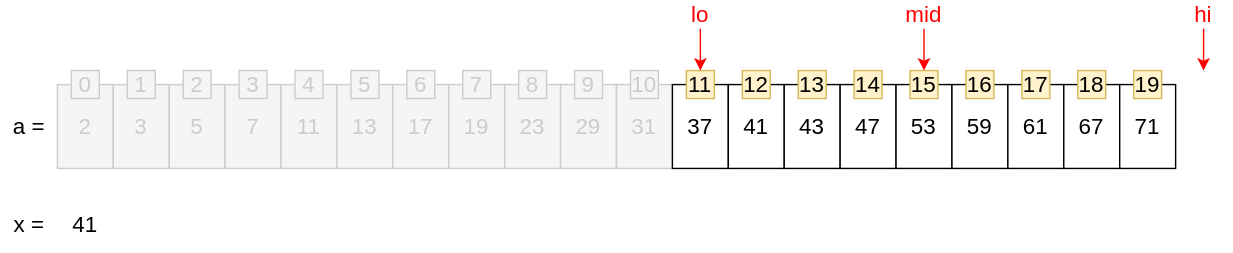
This is img/algorithm/algorithm-1030-01-01-03.svg from zininote/zininote.github.io-old-, a draw.io export, as it was before one commit. Source tidied: cells renumbered, new cells last; positions are measured from the earlier drawing's top-left corner, leaving out a move shared by most shapes.
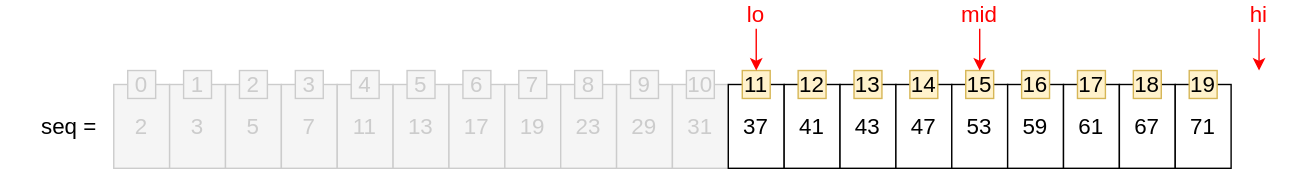
Later version of the same file.

What changed in the source:
```diff
@@ -62,15 +62,6 @@
     <mxCell id="21" value="71" style="rounded=0;whiteSpace=wrap;html=1;fontSize=16;" parent="1" vertex="1">
       <mxGeometry x="800" y="60" width="40" height="60" as="geometry" />
     </mxCell>
-    <mxCell id="22" value="a =" style="text;html=1;strokeColor=none;fillColor=none;align=center;verticalAlign=middle;whiteSpace=wrap;rounded=0;fontSize=16;" parent="1" vertex="1">
-      <mxGeometry y="60" width="40" height="60" as="geometry" />
-    </mxCell>
-    <mxCell id="23" value="x =" style="text;html=1;strokeColor=none;fillColor=none;align=center;verticalAlign=middle;whiteSpace=wrap;rounded=0;fontSize=16;" parent="1" vertex="1">
-      <mxGeometry y="140" width="40" height="40" as="geometry" />
-    </mxCell>
-    <mxCell id="24" value="41" style="text;html=1;strokeColor=none;fillColor=none;align=center;verticalAlign=middle;whiteSpace=wrap;rounded=0;fontSize=16;" parent="1" vertex="1">
-      <mxGeometry x="40" y="140" width="40" height="40" as="geometry" />
-    </mxCell>
     <mxCell id="25" value="&lt;span style=&quot;font-size: 16px&quot;&gt;0&lt;/span&gt;" style="text;html=1;fillColor=#f5f5f5;align=center;verticalAlign=middle;whiteSpace=wrap;rounded=0;strokeColor=#CCCCCC;fontColor=#CCCCCC;" parent="1" vertex="1">
       <mxGeometry x="50" y="50" width="20" height="20" as="geometry" />
     </mxCell>
@@ -168,5 +159,8 @@
     <mxCell id="55" value="mid" style="text;html=1;strokeColor=none;fillColor=none;align=center;verticalAlign=middle;whiteSpace=wrap;rounded=0;fontSize=16;fontColor=#FF0000;" parent="54" vertex="1">
       <mxGeometry width="40" height="20" as="geometry" />
     </mxCell>
+    <mxCell id="56" value="seq =" style="text;html=1;strokeColor=none;fillColor=none;align=right;verticalAlign=middle;whiteSpace=wrap;rounded=0;fontSize=16;" parent="1" vertex="1">
+      <mxGeometry x="-40" y="60" width="70" height="60" as="geometry" />
+    </mxCell>
   </root>
 </mxGraphModel>
```
